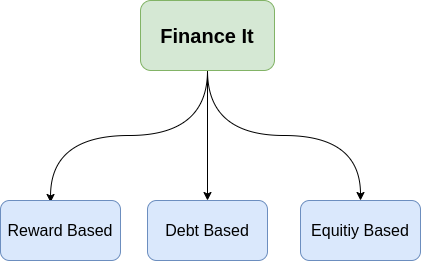
Before: assets/types.png, a diagram exported from draw.io (Finance-It/Finance-It). Source tidied: cells renumbered, new cells last; positions are measured from the earlier drawing's top-left corner, leaving out a move shared by most shapes.
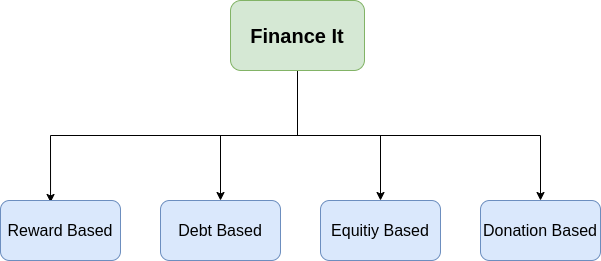
After the change.

Commit message:
types diagram updated

Change to the diagram source:
```diff
@@ -2,26 +2,32 @@
   <root>
     <mxCell id="0" />
     <mxCell id="1" parent="0" />
-    <mxCell id="2" style="edgeStyle=orthogonalEdgeStyle;rounded=0;jettySize=auto;html=1;exitX=0.5;exitY=1;exitDx=0;exitDy=0;entryX=0.5;entryY=0;entryDx=0;entryDy=0;curved=1;" parent="1" edge="1" source="5" target="8">
+    <mxCell id="2" style="edgeStyle=orthogonalEdgeStyle;rounded=0;jettySize=auto;html=1;exitX=0.5;exitY=1;exitDx=0;exitDy=0;entryX=0.5;entryY=0;entryDx=0;entryDy=0;" parent="1" edge="1" source="5" target="8">
       <mxGeometry relative="1" as="geometry" />
     </mxCell>
-    <mxCell id="3" style="edgeStyle=orthogonalEdgeStyle;rounded=0;jettySize=auto;html=1;exitX=0.5;exitY=1;exitDx=0;exitDy=0;curved=1;" parent="1" edge="1" source="5" target="7">
+    <mxCell id="3" style="edgeStyle=orthogonalEdgeStyle;rounded=0;jettySize=auto;html=1;exitX=0.5;exitY=1;exitDx=0;exitDy=0;" parent="1" edge="1" source="5" target="7">
       <mxGeometry relative="1" as="geometry" />
     </mxCell>
-    <mxCell id="4" style="edgeStyle=orthogonalEdgeStyle;rounded=0;jettySize=auto;html=1;exitX=0.5;exitY=1;exitDx=0;exitDy=0;entryX=0.417;entryY=0.033;entryDx=0;entryDy=0;entryPerimeter=0;curved=1;" parent="1" edge="1" source="5" target="6">
+    <mxCell id="4" style="rounded=0;jettySize=auto;html=1;exitX=0.5;exitY=1;exitDx=0;exitDy=0;entryX=0.417;entryY=0.033;entryDx=0;entryDy=0;entryPerimeter=0;edgeStyle=orthogonalEdgeStyle;" parent="1" edge="1" source="5" target="6">
       <mxGeometry relative="1" as="geometry" />
     </mxCell>
+    <mxCell id="9" style="edgeStyle=orthogonalEdgeStyle;rounded=0;jettySize=auto;html=1;exitX=0.5;exitY=1;exitDx=0;exitDy=0;entryX=0.5;entryY=0;entryDx=0;entryDy=0;" parent="1" edge="1" source="5" target="10">
+      <mxGeometry relative="1" as="geometry" />
+    </mxCell>
     <mxCell id="5" value="&lt;font style=&quot;font-size: 20px&quot;&gt;&lt;b&gt;Finance It&lt;/b&gt;&lt;/font&gt;" style="rounded=1;whiteSpace=wrap;html=1;fillColor=#d5e8d4;strokeColor=#82b366;" parent="1" vertex="1">
-      <mxGeometry x="140" width="134" height="70" as="geometry" />
+      <mxGeometry x="120" width="134" height="70" as="geometry" />
     </mxCell>
     <mxCell id="6" value="&lt;font style=&quot;font-size: 16px&quot;&gt;Reward Based&lt;/font&gt;" style="whiteSpace=wrap;html=1;rounded=1;fillColor=#dae8fc;strokeColor=#6c8ebf;" parent="1" vertex="1">
-      <mxGeometry y="200" width="120" height="60" as="geometry" />
+      <mxGeometry x="-110" y="200" width="120" height="60" as="geometry" />
     </mxCell>
     <mxCell id="7" value="&lt;font style=&quot;font-size: 16px&quot;&gt;Debt Based&lt;/font&gt;" style="whiteSpace=wrap;html=1;rounded=1;fillColor=#dae8fc;strokeColor=#6c8ebf;" parent="1" vertex="1">
-      <mxGeometry x="147" y="200" width="120" height="60" as="geometry" />
+      <mxGeometry x="50" y="200" width="120" height="60" as="geometry" />
     </mxCell>
     <mxCell id="8" value="&lt;font style=&quot;font-size: 16px&quot;&gt;Equitiy Based&lt;/font&gt;" style="whiteSpace=wrap;html=1;rounded=1;fillColor=#dae8fc;strokeColor=#6c8ebf;" parent="1" vertex="1">
-      <mxGeometry x="300" y="200" width="120" height="60" as="geometry" />
+      <mxGeometry x="210" y="200" width="120" height="60" as="geometry" />
     </mxCell>
+    <mxCell id="10" value="&lt;font style=&quot;font-size: 16px&quot;&gt;Donation Based&lt;/font&gt;" style="whiteSpace=wrap;html=1;rounded=1;fillColor=#dae8fc;strokeColor=#6c8ebf;" parent="1" vertex="1">
+      <mxGeometry x="370" y="200" width="120" height="60" as="geometry" />
+    </mxCell>
   </root>
 </mxGraphModel>
```
